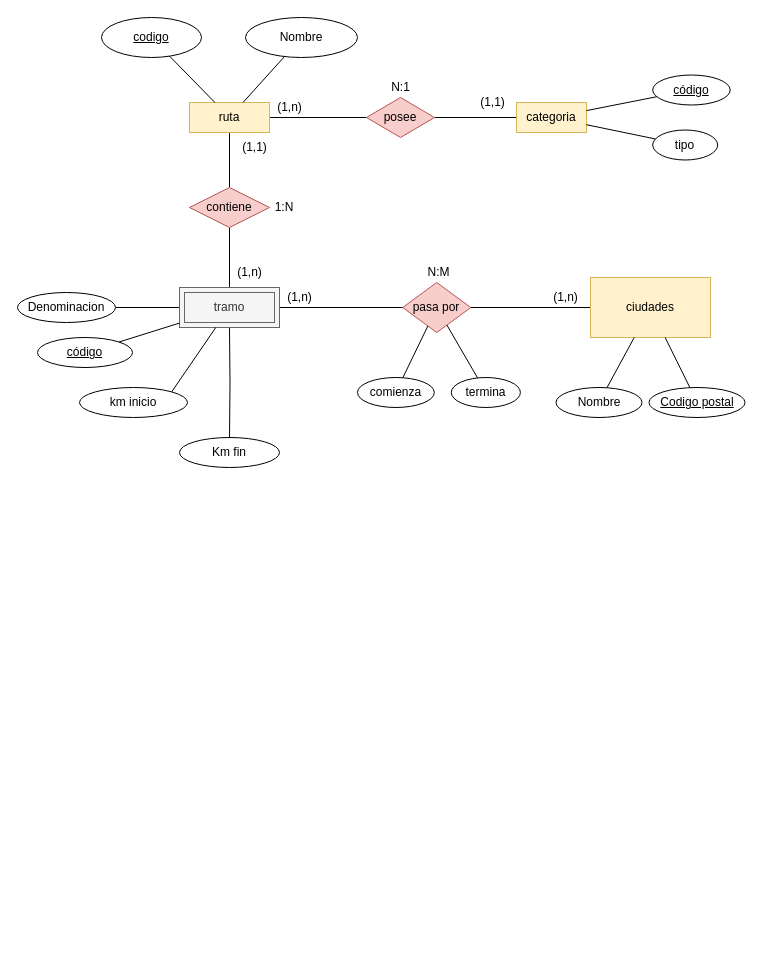
RamaAlves/base-de-datos keeps this draw.io diagram as Diagrama rutas info.drawio. Above is the earlier version. Source tidied: cells renumbered, new cells numbered last; positions are measured from the earlier drawing's top-left corner, leaving out a move shared by most shapes. Both pictures are drawn from the tidied source at 100%, with x=0, y=0 at pixel (17, 17).
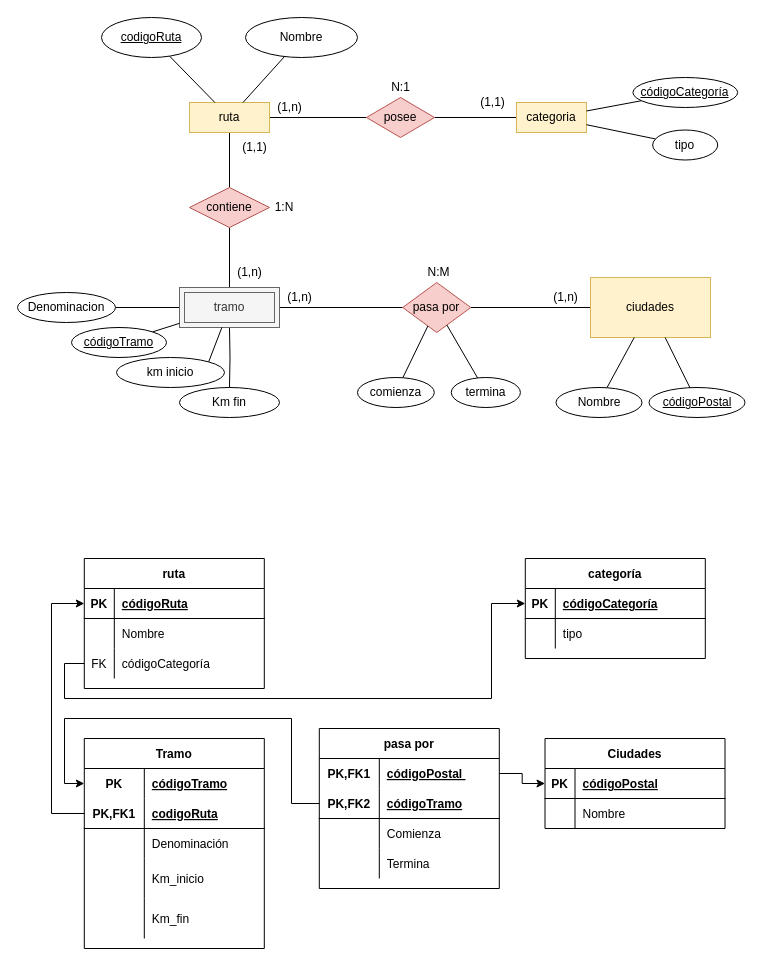
Above is the later version.

Change to the diagram source:
```diff
@@
-    <mxCell id="5" value="codigo" style="ellipse;whiteSpace=wrap;html=1;align=center;fontStyle=4;" parent="1" vertex="1">
+    <mxCell id="5" value="codigoRuta" style="ellipse;whiteSpace=wrap;html=1;align=center;fontStyle=4;" parent="1" vertex="1">
       <mxGeometry x="84" width="100" height="40" as="geometry" />
     </mxCell>
@@
     <mxCell id="10" value="km inicio" style="ellipse;whiteSpace=wrap;html=1;" parent="1" vertex="1">
-      <mxGeometry x="62" y="370" width="108" height="30" as="geometry" />
+      <mxGeometry x="99" y="340" width="108" height="30" as="geometry" />
     </mxCell>
     <mxCell id="11" value="Km fin" style="ellipse;whiteSpace=wrap;html=1;" parent="1" vertex="1">
-      <mxGeometry x="162" y="420" width="100" height="30" as="geometry" />
+      <mxGeometry x="162" y="370" width="100" height="30" as="geometry" />
     </mxCell>
@@
-    <mxCell id="21" value="Codigo postal" style="ellipse;whiteSpace=wrap;html=1;align=center;fontStyle=4;" parent="1" vertex="1">
+    <mxCell id="21" value="códigoPostal" style="ellipse;whiteSpace=wrap;html=1;align=center;fontStyle=4;" parent="1" vertex="1">
       <mxGeometry x="631.5" y="370" width="96" height="30" as="geometry" />
     </mxCell>
@@
-    <mxCell id="25" value="código" style="ellipse;whiteSpace=wrap;html=1;align=center;fontStyle=4;" parent="1" vertex="1">
-      <mxGeometry x="20" y="320" width="95" height="30" as="geometry" />
+    <mxCell id="25" value="códigoTramo" style="ellipse;whiteSpace=wrap;html=1;align=center;fontStyle=4;" parent="1" vertex="1">
+      <mxGeometry x="54" y="310" width="95" height="30" as="geometry" />
     </mxCell>
@@
-    <mxCell id="32" value="código" style="ellipse;whiteSpace=wrap;html=1;align=center;fontStyle=4;" parent="1" vertex="1">
-      <mxGeometry x="635.2" y="57.5" width="77.5" height="30" as="geometry" />
+    <mxCell id="32" value="códigoCategoría" style="ellipse;whiteSpace=wrap;html=1;align=center;fontStyle=4;" parent="1" vertex="1">
+      <mxGeometry x="615.4" y="60" width="104.8" height="30" as="geometry" />
     </mxCell>
@@
+    <mxCell id="48" value="ruta" style="shape=table;startSize=30;childLayout=tableLayout;rowLines=0;fontStyle=1;align=center;" parent="1" vertex="1">
+      <mxGeometry x="66.8" y="541" width="180" height="130" as="geometry" />
+    </mxCell>
+    <mxCell id="49" style="shape=tableRow;horizontal=0;startSize=0;swimlaneHead=0;swimlaneBody=0;fillColor=none;points=[[0,0.5],[1,0.5]];portConstraint=eastwest;top=0;left=0;right=0;bottom=1;" parent="48" vertex="1">
+      <mxGeometry y="30" width="180" height="30" as="geometry" />
+    </mxCell>
+    <mxCell id="50" value="PK" style="shape=partialRectangle;fillColor=none;top=0;left=0;bottom=0;right=0;fontStyle=1;overflow=hidden;" parent="49" vertex="1">
+      <mxGeometry width="30" height="30" as="geometry" />
+    </mxCell>
+    <mxCell id="51" value="códigoRuta" style="shape=partialRectangle;fillColor=none;top=0;left=0;bottom=0;right=0;align=left;spacingLeft=6;fontStyle=5;overflow=hidden;" parent="49" vertex="1">
+      <mxGeometry x="30" width="150" height="30" as="geometry" />
+    </mxCell>
+    <mxCell id="52" style="shape=tableRow;horizontal=0;startSize=0;swimlaneHead=0;swimlaneBody=0;fillColor=none;top=0;left=0;right=0;bottom=0;" parent="48" vertex="1">
+      <mxGeometry y="60" width="180" height="30" as="geometry" />
+    </mxCell>
+    <mxCell id="53" style="shape=partialRectangle;fillColor=none;top=0;left=0;bottom=0;right=0;overflow=hidden;" parent="52" vertex="1">
+      <mxGeometry width="30" height="30" as="geometry" />
+    </mxCell>
+    <mxCell id="54" value="Nombre" style="shape=partialRectangle;fillColor=none;top=0;left=0;bottom=0;right=0;align=left;spacingLeft=6;overflow=hidden;" parent="52" vertex="1">
+      <mxGeometry x="30" width="150" height="30" as="geometry" />
+    </mxCell>
+    <mxCell id="55" style="shape=tableRow;horizontal=0;startSize=0;swimlaneHead=0;swimlaneBody=0;fillColor=none;points=[[0,0.5],[1,0.5]];portConstraint=eastwest;top=0;left=0;right=0;bottom=0;" parent="48" vertex="1">
+      <mxGeometry y="90" width="180" height="30" as="geometry" />
+    </mxCell>
+    <mxCell id="56" value="FK" style="shape=partialRectangle;fillColor=none;top=0;left=0;bottom=0;right=0;overflow=hidden;" parent="55" vertex="1">
+      <mxGeometry width="30" height="30" as="geometry" />
+    </mxCell>
+    <mxCell id="57" value="códigoCategoría" style="shape=partialRectangle;fillColor=none;top=0;left=0;bottom=0;right=0;align=left;spacingLeft=6;overflow=hidden;" parent="55" vertex="1">
+      <mxGeometry x="30" width="150" height="30" as="geometry" />
+    </mxCell>
+    <mxCell id="58" style="edgeStyle=orthogonalEdgeStyle;rounded=0;orthogonalLoop=1;jettySize=auto;html=1;exitX=1;exitY=0.5;exitDx=0;exitDy=0;" parent="48" edge="1" source="55" target="55">
+      <mxGeometry relative="1" as="geometry" />
+    </mxCell>
+    <mxCell id="59" value="Tramo" style="shape=table;startSize=30;childLayout=tableLayout;rowLines=0;fontStyle=1;align=center;" parent="1" vertex="1">
+      <mxGeometry x="66.8" y="721" width="180" height="210" as="geometry" />
+    </mxCell>
+    <mxCell id="60" style="shape=tableRow;horizontal=0;startSize=0;swimlaneHead=0;swimlaneBody=0;fillColor=none;points=[[0,0.5],[1,0.5]];portConstraint=eastwest;top=0;left=0;right=0;bottom=0;" parent="59" vertex="1">
+      <mxGeometry y="30" width="180" height="30" as="geometry" />
+    </mxCell>
+    <mxCell id="61" value="PK" style="shape=partialRectangle;fillColor=none;top=0;left=0;bottom=0;right=0;fontStyle=1;overflow=hidden;" parent="60" vertex="1">
+      <mxGeometry width="60" height="30" as="geometry" />
+    </mxCell>
+    <mxCell id="62" value="códigoTramo" style="shape=partialRectangle;fillColor=none;top=0;left=0;bottom=0;right=0;align=left;spacingLeft=6;fontStyle=5;overflow=hidden;" parent="60" vertex="1">
+      <mxGeometry x="60" width="120" height="30" as="geometry" />
+    </mxCell>
+    <mxCell id="63" style="shape=tableRow;horizontal=0;startSize=0;swimlaneHead=0;swimlaneBody=0;fillColor=none;points=[[0,0.5],[1,0.5]];portConstraint=eastwest;top=0;left=0;right=0;bottom=1;" parent="59" vertex="1">
+      <mxGeometry y="60" width="180" height="30" as="geometry" />
+    </mxCell>
+    <mxCell id="64" value="PK,FK1" style="shape=partialRectangle;fillColor=none;top=0;left=0;bottom=0;right=0;fontStyle=1;overflow=hidden;" parent="63" vertex="1">
+      <mxGeometry width="60" height="30" as="geometry" />
+    </mxCell>
+    <mxCell id="65" value="codigoRuta" style="shape=partialRectangle;fillColor=none;top=0;left=0;bottom=0;right=0;align=left;spacingLeft=6;fontStyle=5;overflow=hidden;" parent="63" vertex="1">
+      <mxGeometry x="60" width="120" height="30" as="geometry" />
+    </mxCell>
+    <mxCell id="66" style="shape=tableRow;horizontal=0;startSize=0;swimlaneHead=0;swimlaneBody=0;fillColor=none;top=0;left=0;right=0;bottom=0;" parent="59" vertex="1">
+      <mxGeometry y="90" width="180" height="30" as="geometry" />
+    </mxCell>
+    <mxCell id="67" style="shape=partialRectangle;fillColor=none;top=0;left=0;bottom=0;right=0;overflow=hidden;" parent="66" vertex="1">
+      <mxGeometry width="60" height="30" as="geometry" />
+    </mxCell>
+    <mxCell id="68" value="Denominación " style="shape=partialRectangle;fillColor=none;top=0;left=0;bottom=0;right=0;align=left;spacingLeft=6;overflow=hidden;" parent="66" vertex="1">
+      <mxGeometry x="60" width="120" height="30" as="geometry" />
+    </mxCell>
+    <mxCell id="69" style="shape=tableRow;horizontal=0;startSize=0;swimlaneHead=0;swimlaneBody=0;fillColor=none;top=0;left=0;right=0;bottom=0;" parent="59" vertex="1">
+      <mxGeometry y="120" width="180" height="40" as="geometry" />
+    </mxCell>
+    <mxCell id="70" style="shape=partialRectangle;fillColor=none;top=0;left=0;bottom=0;right=0;overflow=hidden;" parent="69" vertex="1">
+      <mxGeometry width="60" height="40" as="geometry" />
+    </mxCell>
+    <mxCell id="71" value="Km_inicio" style="shape=partialRectangle;fillColor=none;top=0;left=0;bottom=0;right=0;align=left;spacingLeft=6;overflow=hidden;" parent="69" vertex="1">
+      <mxGeometry x="60" width="120" height="40" as="geometry" />
+    </mxCell>
+    <mxCell id="72" style="shape=tableRow;horizontal=0;startSize=0;swimlaneHead=0;swimlaneBody=0;fillColor=none;top=0;left=0;right=0;bottom=0;" parent="59" vertex="1">
+      <mxGeometry y="160" width="180" height="40" as="geometry" />
+    </mxCell>
+    <mxCell id="73" style="shape=partialRectangle;fillColor=none;top=0;left=0;bottom=0;right=0;overflow=hidden;" parent="72" vertex="1">
+      <mxGeometry width="60" height="40" as="geometry" />
+    </mxCell>
+    <mxCell id="74" value="Km_fin" style="shape=partialRectangle;fillColor=none;top=0;left=0;bottom=0;right=0;align=left;spacingLeft=6;overflow=hidden;" parent="72" vertex="1">
+      <mxGeometry x="60" width="120" height="40" as="geometry" />
+    </mxCell>
+    <mxCell id="75" value="Ciudades" style="shape=table;startSize=30;childLayout=tableLayout;rowLines=0;fontStyle=1;align=center;" parent="1" vertex="1">
+      <mxGeometry x="527.5" y="721" width="180" height="90" as="geometry" />
+    </mxCell>
+    <mxCell id="76" style="shape=tableRow;horizontal=0;startSize=0;swimlaneHead=0;swimlaneBody=0;fillColor=none;points=[[0,0.5],[1,0.5]];portConstraint=eastwest;top=0;left=0;right=0;bottom=1;" parent="75" vertex="1">
+      <mxGeometry y="30" width="180" height="30" as="geometry" />
+    </mxCell>
+    <mxCell id="77" value="PK" style="shape=partialRectangle;fillColor=none;top=0;left=0;bottom=0;right=0;fontStyle=1;overflow=hidden;" parent="76" vertex="1">
+      <mxGeometry width="30" height="30" as="geometry" />
+    </mxCell>
+    <mxCell id="78" value="códigoPostal" style="shape=partialRectangle;fillColor=none;top=0;left=0;bottom=0;right=0;align=left;spacingLeft=6;fontStyle=5;overflow=hidden;" parent="76" vertex="1">
+      <mxGeometry x="30" width="150" height="30" as="geometry" />
+    </mxCell>
+    <mxCell id="79" style="shape=tableRow;horizontal=0;startSize=0;swimlaneHead=0;swimlaneBody=0;fillColor=none;top=0;left=0;right=0;bottom=0;" parent="75" vertex="1">
+      <mxGeometry y="60" width="180" height="30" as="geometry" />
+    </mxCell>
+    <mxCell id="80" style="shape=partialRectangle;fillColor=none;top=0;left=0;bottom=0;right=0;overflow=hidden;" parent="79" vertex="1">
+      <mxGeometry width="30" height="30" as="geometry" />
+    </mxCell>
+    <mxCell id="81" value="Nombre" style="shape=partialRectangle;fillColor=none;top=0;left=0;bottom=0;right=0;align=left;spacingLeft=6;overflow=hidden;" parent="79" vertex="1">
+      <mxGeometry x="30" width="150" height="30" as="geometry" />
+    </mxCell>
+    <mxCell id="82" value="pasa por" style="shape=table;startSize=30;childLayout=tableLayout;rowLines=0;fontStyle=1;align=center;" parent="1" vertex="1">
+      <mxGeometry x="301.8" y="711" width="180" height="160" as="geometry" />
+    </mxCell>
+    <mxCell id="83" style="shape=tableRow;horizontal=0;startSize=0;swimlaneHead=0;swimlaneBody=0;fillColor=none;points=[[0,0.5],[1,0.5]];portConstraint=eastwest;top=0;left=0;right=0;bottom=0;" parent="82" vertex="1">
+      <mxGeometry y="30" width="180" height="30" as="geometry" />
+    </mxCell>
+    <mxCell id="84" value="PK,FK1" style="shape=partialRectangle;fillColor=none;top=0;left=0;bottom=0;right=0;fontStyle=1;overflow=hidden;" parent="83" vertex="1">
+      <mxGeometry width="60" height="30" as="geometry" />
+    </mxCell>
+    <mxCell id="85" value="códigoPostal " style="shape=partialRectangle;fillColor=none;top=0;left=0;bottom=0;right=0;align=left;spacingLeft=6;fontStyle=5;overflow=hidden;" parent="83" vertex="1">
+      <mxGeometry x="60" width="120" height="30" as="geometry" />
+    </mxCell>
+    <mxCell id="86" style="shape=tableRow;horizontal=0;startSize=0;swimlaneHead=0;swimlaneBody=0;fillColor=none;points=[[0,0.5],[1,0.5]];portConstraint=eastwest;top=0;left=0;right=0;bottom=1;" parent="82" vertex="1">
+      <mxGeometry y="60" width="180" height="30" as="geometry" />
+    </mxCell>
+    <mxCell id="87" value="PK,FK2" style="shape=partialRectangle;fillColor=none;top=0;left=0;bottom=0;right=0;fontStyle=1;overflow=hidden;" parent="86" vertex="1">
+      <mxGeometry width="60" height="30" as="geometry" />
+    </mxCell>
+    <mxCell id="88" value="códigoTramo" style="shape=partialRectangle;fillColor=none;top=0;left=0;bottom=0;right=0;align=left;spacingLeft=6;fontStyle=5;overflow=hidden;" parent="86" vertex="1">
+      <mxGeometry x="60" width="120" height="30" as="geometry" />
+    </mxCell>
+    <mxCell id="89" style="shape=tableRow;horizontal=0;startSize=0;swimlaneHead=0;swimlaneBody=0;fillColor=none;top=0;left=0;right=0;bottom=0;" parent="82" vertex="1">
+      <mxGeometry y="90" width="180" height="30" as="geometry" />
+    </mxCell>
+    <mxCell id="90" style="shape=partialRectangle;fillColor=none;top=0;left=0;bottom=0;right=0;overflow=hidden;" parent="89" vertex="1">
+      <mxGeometry width="60" height="30" as="geometry" />
+    </mxCell>
+    <mxCell id="91" value="Comienza" style="shape=partialRectangle;fillColor=none;top=0;left=0;bottom=0;right=0;align=left;spacingLeft=6;overflow=hidden;" parent="89" vertex="1">
+      <mxGeometry x="60" width="120" height="30" as="geometry" />
+    </mxCell>
+    <mxCell id="92" style="shape=tableRow;horizontal=0;startSize=0;swimlaneHead=0;swimlaneBody=0;fillColor=none;top=0;left=0;right=0;bottom=0;" parent="82" vertex="1">
+      <mxGeometry y="120" width="180" height="30" as="geometry" />
+    </mxCell>
+    <mxCell id="93" style="shape=partialRectangle;fillColor=none;top=0;left=0;bottom=0;right=0;overflow=hidden;" parent="92" vertex="1">
+      <mxGeometry width="60" height="30" as="geometry" />
+    </mxCell>
+    <mxCell id="94" value="Termina" style="shape=partialRectangle;fillColor=none;top=0;left=0;bottom=0;right=0;align=left;spacingLeft=6;overflow=hidden;" parent="92" vertex="1">
+      <mxGeometry x="60" width="120" height="30" as="geometry" />
+    </mxCell>
+    <mxCell id="95" style="edgeStyle=orthogonalEdgeStyle;rounded=0;jettySize=auto;html=1;exitX=1;exitY=0.5;exitDx=0;exitDy=0;" parent="1" edge="1" source="83" target="76">
+      <mxGeometry relative="1" as="geometry" />
+    </mxCell>
+    <mxCell id="96" style="edgeStyle=orthogonalEdgeStyle;rounded=0;jettySize=auto;html=1;exitX=0;exitY=0.5;exitDx=0;exitDy=0;entryX=0;entryY=0.5;entryDx=0;entryDy=0;" parent="1" edge="1" source="86" target="60">
+      <mxGeometry relative="1" as="geometry">
+        <Array as="points">
+          <mxPoint x="274" y="786" />
+          <mxPoint x="274" y="701" />
+          <mxPoint x="47" y="701" />
+          <mxPoint x="47" y="766" />
+        </Array>
+      </mxGeometry>
+    </mxCell>
+    <mxCell id="97" value="categoría" style="shape=table;startSize=30;childLayout=tableLayout;rowLines=0;fontStyle=1;align=center;" parent="1" vertex="1">
+      <mxGeometry x="507.8" y="541" width="180" height="100" as="geometry" />
+    </mxCell>
+    <mxCell id="98" style="shape=tableRow;horizontal=0;startSize=0;swimlaneHead=0;swimlaneBody=0;fillColor=none;points=[[0,0.5],[1,0.5]];portConstraint=eastwest;top=0;left=0;right=0;bottom=1;" parent="97" vertex="1">
+      <mxGeometry y="30" width="180" height="30" as="geometry" />
+    </mxCell>
+    <mxCell id="99" value="PK" style="shape=partialRectangle;fillColor=none;top=0;left=0;bottom=0;right=0;fontStyle=1;overflow=hidden;" parent="98" vertex="1">
+      <mxGeometry width="30" height="30" as="geometry" />
+    </mxCell>
+    <mxCell id="100" value="códigoCategoría" style="shape=partialRectangle;fillColor=none;top=0;left=0;bottom=0;right=0;align=left;spacingLeft=6;fontStyle=5;overflow=hidden;" parent="98" vertex="1">
+      <mxGeometry x="30" width="150" height="30" as="geometry" />
+    </mxCell>
+    <mxCell id="101" style="shape=tableRow;horizontal=0;startSize=0;swimlaneHead=0;swimlaneBody=0;fillColor=none;top=0;left=0;right=0;bottom=0;" parent="97" vertex="1">
+      <mxGeometry y="60" width="180" height="30" as="geometry" />
+    </mxCell>
+    <mxCell id="102" style="shape=partialRectangle;fillColor=none;top=0;left=0;bottom=0;right=0;overflow=hidden;" parent="101" vertex="1">
+      <mxGeometry width="30" height="30" as="geometry" />
+    </mxCell>
+    <mxCell id="103" value="tipo" style="shape=partialRectangle;fillColor=none;top=0;left=0;bottom=0;right=0;align=left;spacingLeft=6;overflow=hidden;" parent="101" vertex="1">
+      <mxGeometry x="30" width="150" height="30" as="geometry" />
+    </mxCell>
+    <mxCell id="104" style="edgeStyle=orthogonalEdgeStyle;rounded=0;jettySize=auto;html=1;entryX=0;entryY=0.5;entryDx=0;entryDy=0;" parent="1" edge="1" source="63" target="49">
+      <mxGeometry relative="1" as="geometry">
+        <Array as="points">
+          <mxPoint x="34" y="796" />
+          <mxPoint x="34" y="586" />
+        </Array>
+      </mxGeometry>
+    </mxCell>
+    <mxCell id="105" style="edgeStyle=orthogonalEdgeStyle;rounded=0;jettySize=auto;html=1;exitX=0;exitY=0.5;exitDx=0;exitDy=0;entryX=0;entryY=0.5;entryDx=0;entryDy=0;" parent="1" edge="1" source="55" target="98">
+      <mxGeometry relative="1" as="geometry">
+        <Array as="points">
+          <mxPoint x="47" y="646" />
+          <mxPoint x="47" y="681" />
+          <mxPoint x="474" y="681" />
+          <mxPoint x="474" y="586" />
+        </Array>
+      </mxGeometry>
+    </mxCell>
```
